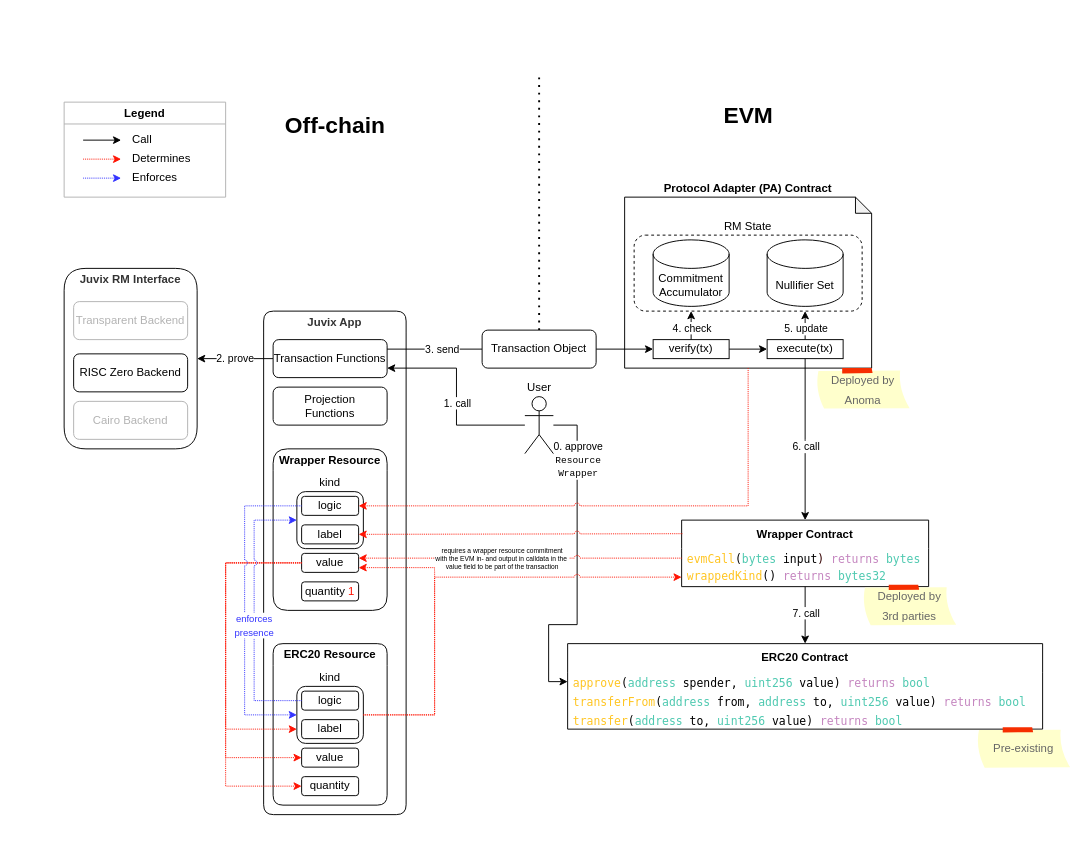
The draw.io diagram page "PA v2" (1 of 3) of EVMProtocolAdapter.drawio in anoma/evm-protocol-adapter, before the edit. Source tidied: cells renumbered, new cells numbered last; positions are measured from the earlier drawing's top-left corner, leaving out a move shared by most shapes. Both pictures are drawn from the tidied source at 95%, with x=0, y=0 at pixel (16, 16).
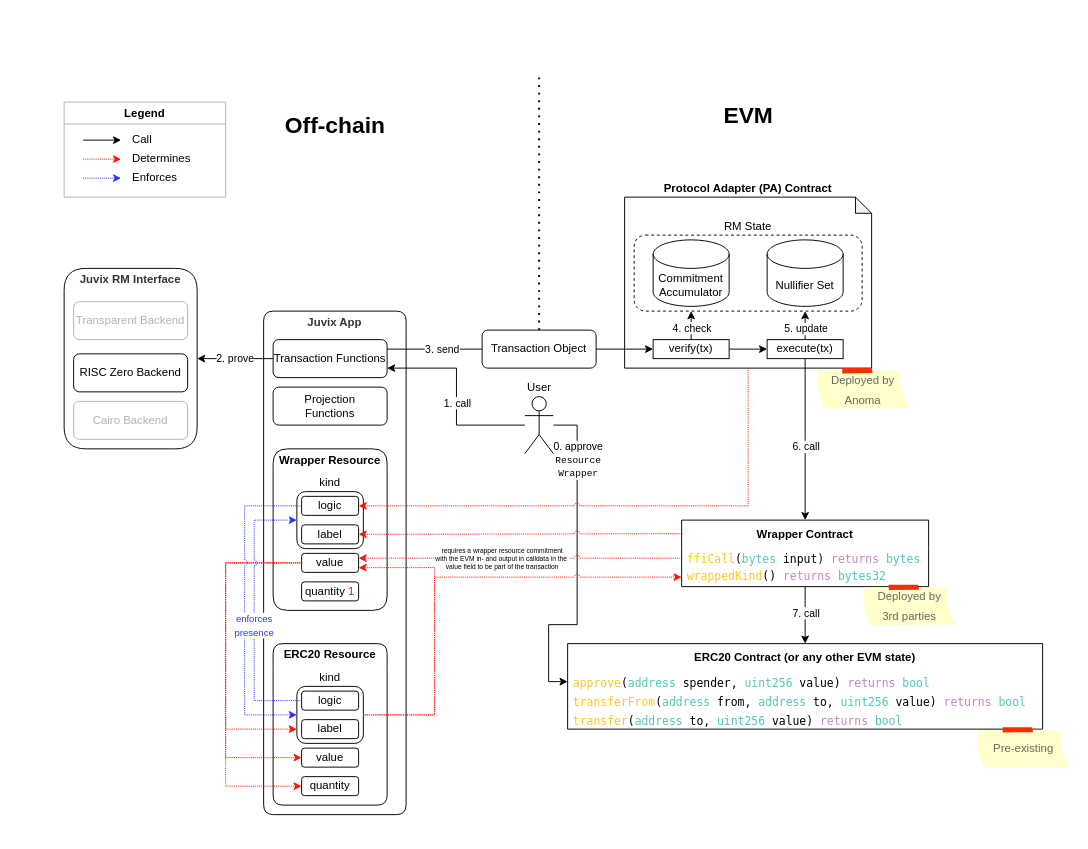
The same diagram, later.

The change refers to these unchanged cells:
```xml
<mxCell id="54" value="&lt;b&gt;Wrapper C&lt;/b&gt;&lt;b style=&quot;background-color: transparent; color: light-dark(rgb(0, 0, 0), rgb(255, 255, 255));&quot;&gt;ontract&lt;/b&gt;" style="swimlane;fontStyle=0;horizontal=1;startSize=30;whiteSpace=wrap;html=1;rounded=0;swimlaneLine=0;" parent="1" vertex="1">
  <mxGeometry x="700" y="530" width="260" height="70" as="geometry" />
</mxCell>
```

Change to the diagram source:
```diff
@@
-    <mxCell id="55" value="&lt;div style=&quot;font-family: Menlo, Monaco, &amp;quot;Courier New&amp;quot;, monospace; line-height: 18px; white-space: pre;&quot;&gt;&lt;span style=&quot;color: rgb(255, 197, 34);&quot;&gt;evmCall&lt;/span&gt;&lt;font style=&quot;color: rgb(0, 0, 0);&quot;&gt;(&lt;/font&gt;&lt;span style=&quot;color: rgb(78, 201, 176);&quot;&gt;bytes &lt;/span&gt;&lt;font style=&quot;color: rgb(0, 0, 0);&quot;&gt;input&lt;/font&gt;&lt;font style=&quot;color: rgb(51, 0, 0);&quot;&gt;)&lt;/font&gt;&lt;font style=&quot;color: rgb(51, 0, 0);&quot;&gt; &lt;/font&gt;&lt;span style=&quot;color: rgb(197, 134, 192);&quot;&gt;returns&lt;/span&gt;&lt;font style=&quot;color: rgb(51, 0, 0);&quot;&gt; &lt;/font&gt;&lt;span style=&quot;color: rgb(78, 201, 176);&quot;&gt;bytes&lt;/span&gt;&lt;/div&gt;" style="text;strokeColor=none;fillColor=none;align=left;verticalAlign=middle;spacingLeft=4;spacingRight=4;overflow=hidden;points=[[0,0.5],[1,0.5]];portConstraint=eastwest;whiteSpace=wrap;html=1;" parent="54" vertex="1">
+    <mxCell id="55" value="&lt;div style=&quot;font-family: Menlo, Monaco, &amp;quot;Courier New&amp;quot;, monospace; line-height: 18px; white-space: pre;&quot;&gt;&lt;span style=&quot;color: rgb(255, 197, 34);&quot;&gt;ffiCall&lt;/span&gt;&lt;font style=&quot;color: rgb(0, 0, 0);&quot;&gt;(&lt;/font&gt;&lt;span style=&quot;color: rgb(78, 201, 176);&quot;&gt;bytes &lt;/span&gt;&lt;font style=&quot;color: rgb(0, 0, 0);&quot;&gt;input&lt;/font&gt;&lt;font style=&quot;color: rgb(51, 0, 0);&quot;&gt;)&lt;/font&gt;&lt;font style=&quot;color: rgb(51, 0, 0);&quot;&gt; &lt;/font&gt;&lt;span style=&quot;color: rgb(197, 134, 192);&quot;&gt;returns&lt;/span&gt;&lt;font style=&quot;color: rgb(51, 0, 0);&quot;&gt; &lt;/font&gt;&lt;span style=&quot;color: rgb(78, 201, 176);&quot;&gt;bytes&lt;/span&gt;&lt;/div&gt;" style="text;strokeColor=none;fillColor=none;align=left;verticalAlign=middle;spacingLeft=4;spacingRight=4;overflow=hidden;points=[[0,0.5],[1,0.5]];portConstraint=eastwest;whiteSpace=wrap;html=1;" parent="54" vertex="1">
       <mxGeometry y="30" width="260" height="20" as="geometry" />
     </mxCell>
@@
-    <mxCell id="59" value="&lt;b&gt;ERC20 Contract&lt;/b&gt;" style="swimlane;fontStyle=0;horizontal=1;startSize=30;whiteSpace=wrap;html=1;rounded=0;swimlaneLine=0;" parent="1" vertex="1">
+    <mxCell id="59" value="&lt;b&gt;ERC20 Contract (or any other EVM state)&lt;/b&gt;" style="swimlane;fontStyle=0;horizontal=1;startSize=30;whiteSpace=wrap;html=1;rounded=0;swimlaneLine=0;" parent="1" vertex="1">
       <mxGeometry x="580" y="660" width="500" height="90" as="geometry" />
     </mxCell>
```
